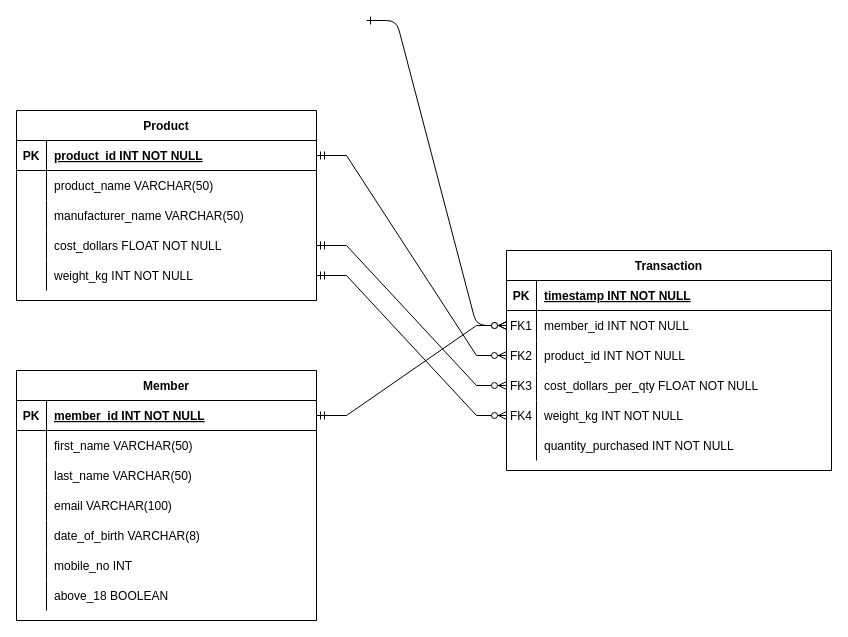
Earlier version of the draw.io diagram section2/ER_diagram.drawio (g-lilian/Data-Engineer-Tech-Challenge). Source tidied: cells renumbered, new cells numbered last; positions are measured from the earlier drawing's top-left corner, leaving out a move shared by most shapes. Both pictures are drawn from the tidied source at 100%, with x=0, y=0 at pixel (16, 20).
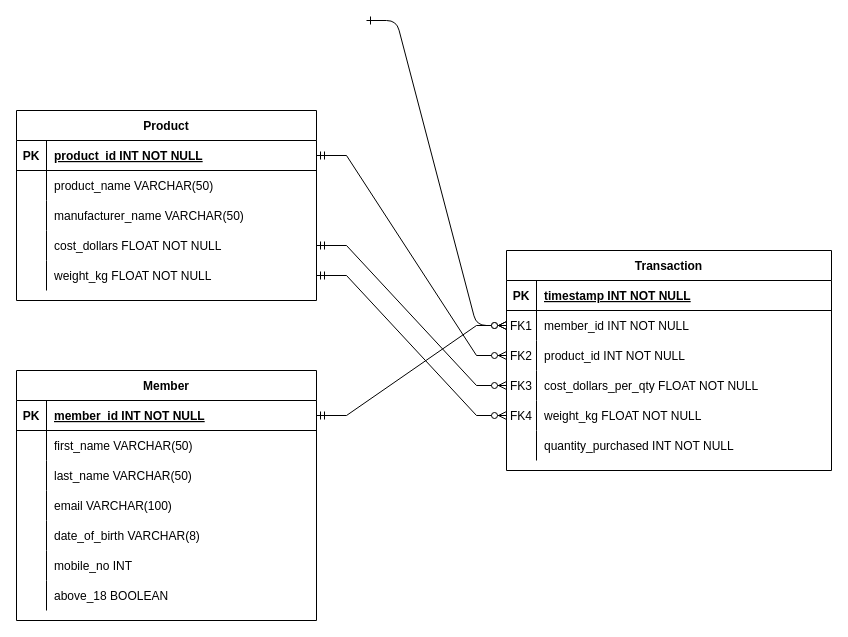
The same diagram, later.

Commit message (it also covers changes not shown here):
Modify ER diagram and add create_table query

The change refers to these unchanged cells:
```xml
<mxCell id="16" style="shape=partialRectangle;fillColor=none;points=[[0,0.5],[1,0.5]];portConstraint=eastwest;top=0;left=0;right=0;bottom=0;" parent="3" vertex="1">
  <mxGeometry y="150" width="325" height="30" as="geometry" />
</mxCell>
<mxCell id="35" style="shape=partialRectangle;fillColor=none;points=[[0,0.5],[1,0.5]];portConstraint=eastwest;top=0;left=0;right=0;bottom=0;" parent="22" vertex="1">
  <mxGeometry y="150" width="300" height="30" as="geometry" />
</mxCell>
```

The edit, as a diff of the source:
```diff
@@
-    <mxCell id="18" value="weight_kg INT NOT NULL" style="shape=partialRectangle;overflow=hidden;fillColor=none;top=0;left=0;bottom=0;right=0;align=left;spacingLeft=6;" parent="16" vertex="1">
+    <mxCell id="18" value="weight_kg FLOAT NOT NULL" style="shape=partialRectangle;overflow=hidden;fillColor=none;top=0;left=0;bottom=0;right=0;align=left;spacingLeft=6;" parent="16" vertex="1">
       <mxGeometry x="30" width="295" height="30" as="geometry" />
     </mxCell>
@@
-    <mxCell id="37" value="weight_kg INT NOT NULL" style="shape=partialRectangle;overflow=hidden;fillColor=none;top=0;left=0;bottom=0;right=0;align=left;spacingLeft=6;" parent="35" vertex="1">
+    <mxCell id="37" value="weight_kg FLOAT NOT NULL" style="shape=partialRectangle;overflow=hidden;fillColor=none;top=0;left=0;bottom=0;right=0;align=left;spacingLeft=6;" parent="35" vertex="1">
       <mxGeometry x="30" width="270" height="30" as="geometry" />
     </mxCell>
```
